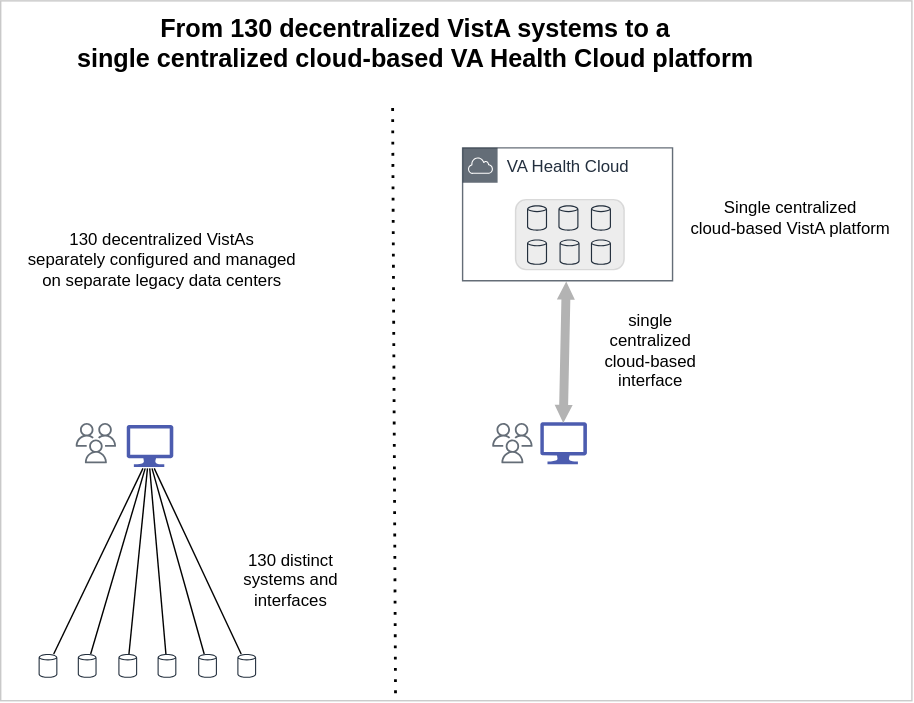
Earlier version of the draw.io export img/vista-to-vaec.svg (cloudvista/vaa). Source tidied: cells renumbered, new cells last; positions are measured from the earlier drawing's top-left corner, leaving out a move shared by most shapes.
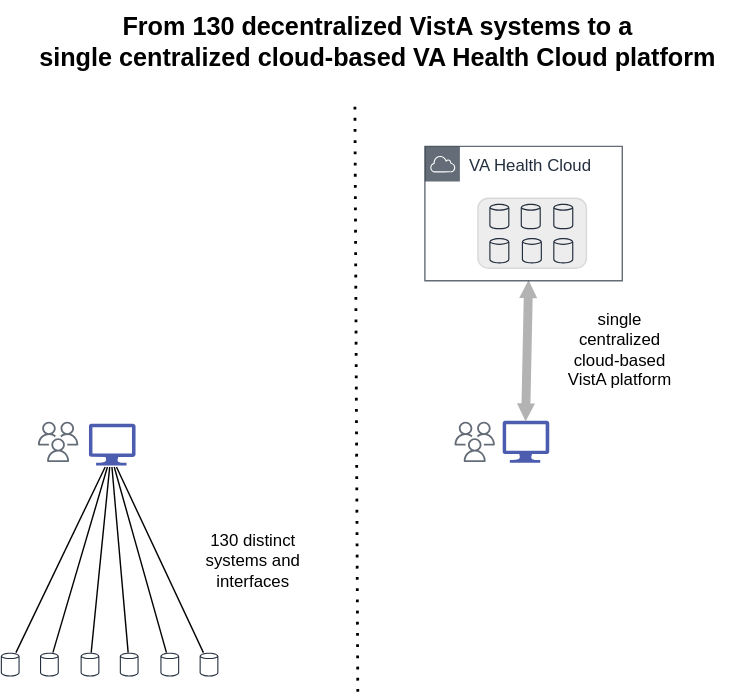
Above is the later version.

Diff of the diagram source:
```diff
@@ -2,9 +2,6 @@
   <root>
     <mxCell id="0" />
     <mxCell id="1" parent="0" />
-    <mxCell id="2" style="rounded=0;whiteSpace=wrap;html=1;strokeColor=#B3B3B3;strokeWidth=1;fillColor=#FFFFFF;opacity=70;" parent="1" vertex="1">
-      <mxGeometry width="651" height="500" as="geometry" />
-    </mxCell>
     <mxCell id="3" style="rounded=1;whiteSpace=wrap;html=1;strokeColor=#CCCCCC;strokeWidth=1;fillColor=#E6E6E6;opacity=70;" parent="1" vertex="1">
       <mxGeometry x="367.8" y="142" width="77.6" height="50" as="geometry" />
     </mxCell>
@@ -102,19 +99,13 @@
       </mxGeometry>
     </mxCell>
     <mxCell id="29" value="VA Health Cloud" style="gradientColor=none;html=1;whiteSpace=wrap;fontSize=12;fontStyle=0;shape=mxgraph.aws4.group;grIcon=mxgraph.aws4.group_aws_cloud;strokeColor=#232F3E;fillColor=none;verticalAlign=top;align=left;spacingLeft=30;fontColor=#232F3E;dashed=0;strokeWidth=1;opacity=70;" parent="1" vertex="1">
-      <mxGeometry x="330" y="105" width="150" height="95" as="geometry" />
+      <mxGeometry x="330" y="105" width="141" height="96" as="geometry" />
     </mxCell>
-    <mxCell id="30" value="130 decentralized VistAs&lt;br&gt;separately configured and managed&lt;br&gt;on separate legacy data centers" style="text;html=1;align=center;verticalAlign=middle;strokeColor=none;fillColor=none;" parent="1" vertex="1">
-      <mxGeometry x="10" y="155" width="210" height="60" as="geometry" />
-    </mxCell>
-    <mxCell id="31" value="Single centralized&lt;br&gt;cloud-based VistA platform" style="text;html=1;align=center;verticalAlign=middle;strokeColor=none;fillColor=none;" parent="1" vertex="1">
-      <mxGeometry x="478.9" y="135.1" width="170" height="40" as="geometry" />
-    </mxCell>
     <mxCell id="32" value="130 distinct&lt;br&gt;systems and&lt;br&gt;interfaces" style="text;html=1;align=center;verticalAlign=middle;strokeColor=none;fillColor=none;" parent="1" vertex="1">
-      <mxGeometry x="162.1" y="384" width="90" height="60" as="geometry" />
+      <mxGeometry x="162.1" y="371" width="90" height="60" as="geometry" />
     </mxCell>
-    <mxCell id="33" value="single&lt;br&gt;centralized&lt;br&gt;cloud-based&lt;br&gt;interface" style="text;html=1;align=center;verticalAlign=middle;strokeColor=none;fillColor=none;" parent="1" vertex="1">
-      <mxGeometry x="418.8" y="215" width="90" height="70" as="geometry" />
+    <mxCell id="33" value="single&lt;br&gt;centralized&lt;br&gt;cloud-based&lt;br&gt;VistA platform" style="text;html=1;align=center;verticalAlign=middle;strokeColor=none;fillColor=none;" parent="1" vertex="1">
+      <mxGeometry x="418.8" y="215" width="100" height="70" as="geometry" />
     </mxCell>
     <mxCell id="34" value="&lt;font size=&quot;1&quot; style=&quot;&quot;&gt;&lt;b style=&quot;font-size: 18px;&quot;&gt;From 130 decentralized VistA systems to a &lt;br&gt;single centralized cloud-based VA Health Cloud platform&lt;/b&gt;&lt;/font&gt;" style="text;html=1;align=center;verticalAlign=middle;strokeColor=none;fillColor=none;" parent="1" vertex="1">
       <mxGeometry x="41" y="1" width="510" height="60" as="geometry" />
```
